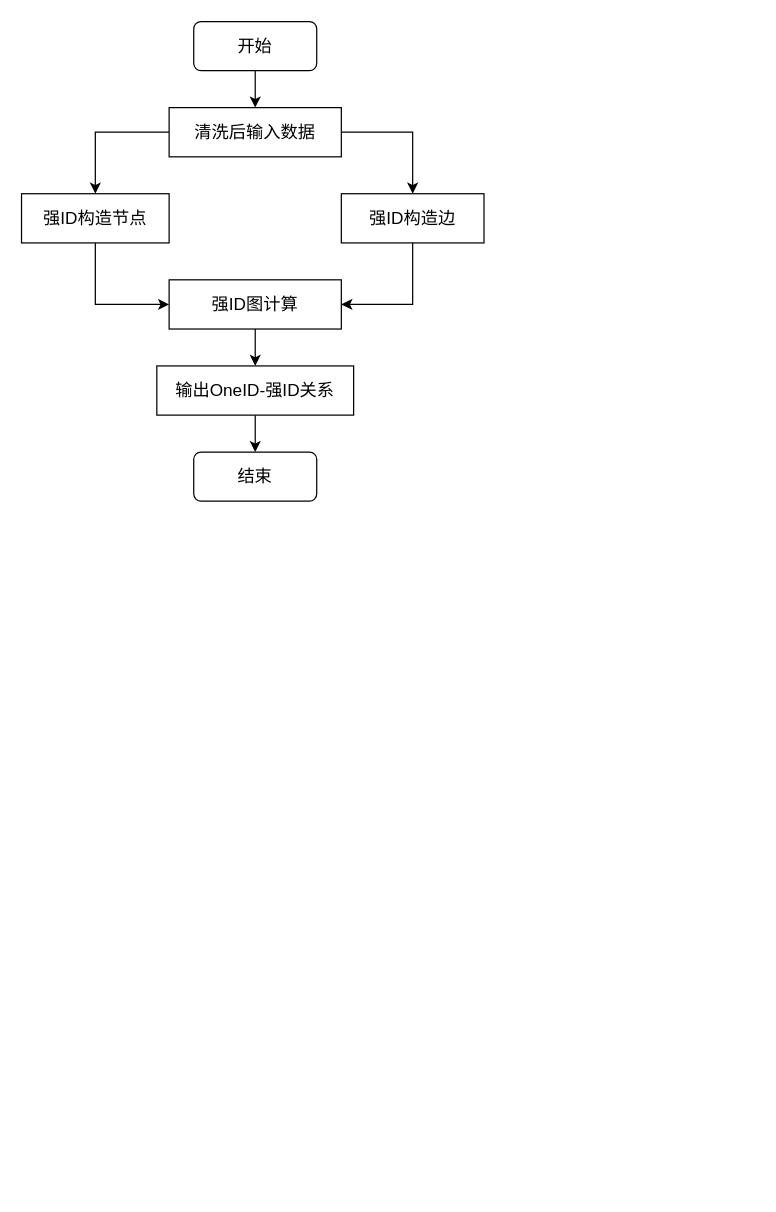
Before: 强ID.drawio in pjy12345611/-1, a draw.io diagram. Source tidied: cells renumbered, new cells numbered last; positions are measured from the earlier drawing's top-left corner, leaving out a move shared by most shapes. Both pictures are drawn from the tidied source at 123%, with x=0, y=0 at pixel (21, 21).
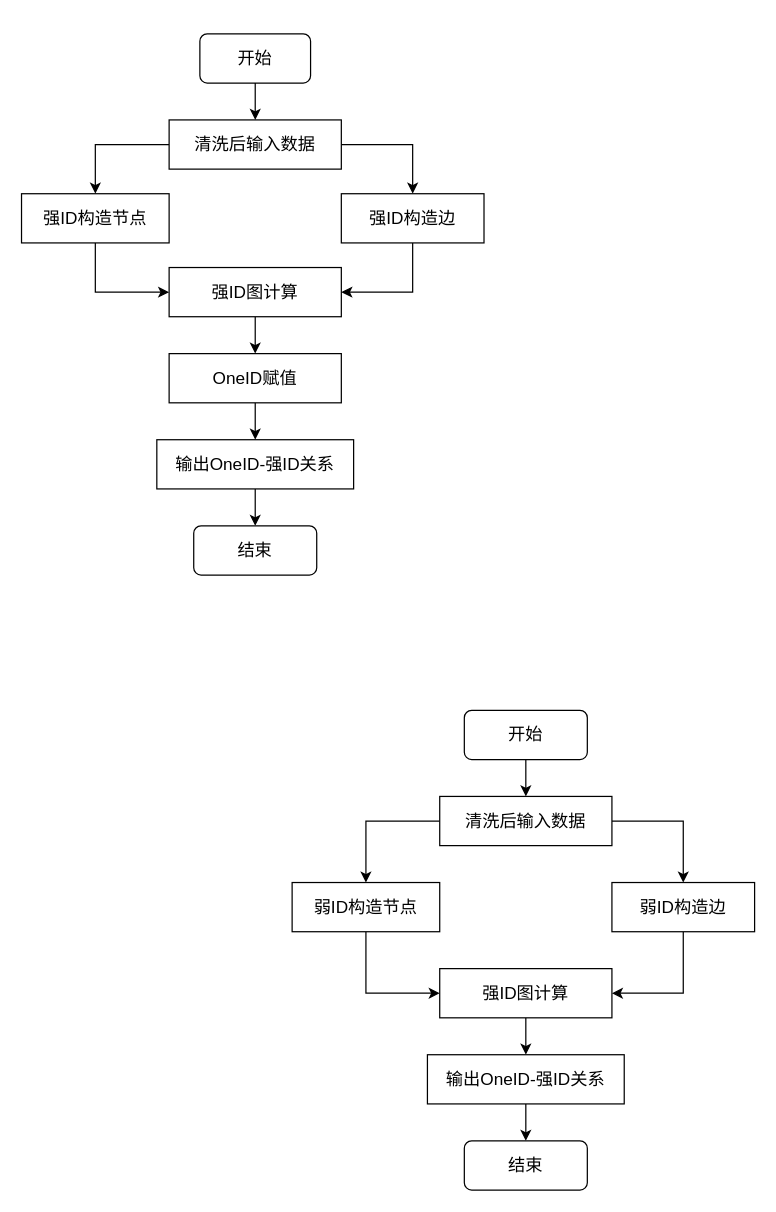
Above is the later version.

What changed in the source:
```diff
@@
     <mxCell id="4" value="&lt;font style=&quot;font-size: 14px;&quot;&gt;清洗后输入数据&lt;/font&gt;" style="rounded=0;whiteSpace=wrap;html=1;" parent="1" vertex="1">
-      <mxGeometry x="120" y="70" width="140" height="40" as="geometry" />
+      <mxGeometry x="120" y="80" width="140" height="40" as="geometry" />
     </mxCell>
@@
     <mxCell id="6" value="&lt;font style=&quot;font-size: 14px;&quot;&gt;开始&lt;/font&gt;" style="rounded=1;whiteSpace=wrap;html=1;" parent="1" vertex="1">
-      <mxGeometry x="140" width="100" height="40" as="geometry" />
+      <mxGeometry x="145" y="10" width="90" height="40" as="geometry" />
     </mxCell>
@@
-    <mxCell id="11" style="edgeStyle=orthogonalEdgeStyle;rounded=0;jettySize=auto;html=1;exitX=0.5;exitY=1;exitDx=0;exitDy=0;entryX=0.5;entryY=0;entryDx=0;entryDy=0;fontSize=14;" parent="1" edge="1" source="12" target="14">
-      <mxGeometry relative="1" as="geometry" />
-    </mxCell>
+    <mxCell id="16" style="edgeStyle=orthogonalEdgeStyle;rounded=0;jettySize=auto;html=1;exitX=0.5;exitY=1;exitDx=0;exitDy=0;entryX=0.5;entryY=0;entryDx=0;entryDy=0;fontSize=14;" parent="1" edge="1" source="12" target="32">
+      <mxGeometry relative="1" as="geometry" />
+    </mxCell>
     <mxCell id="12" value="&lt;font style=&quot;font-size: 14px;&quot;&gt;强ID图计算&lt;/font&gt;" style="rounded=0;whiteSpace=wrap;html=1;" parent="1" vertex="1">
-      <mxGeometry x="120" y="210" width="140" height="40" as="geometry" />
+      <mxGeometry x="120" y="200" width="140" height="40" as="geometry" />
     </mxCell>
@@
     <mxCell id="14" value="&lt;font style=&quot;font-size: 14px;&quot;&gt;输出OneID-强ID关系&lt;/font&gt;" style="rounded=0;whiteSpace=wrap;html=1;" parent="1" vertex="1">
-      <mxGeometry x="110" y="280" width="160" height="40" as="geometry" />
+      <mxGeometry x="110" y="340" width="160" height="40" as="geometry" />
     </mxCell>
     <mxCell id="15" value="&lt;font style=&quot;font-size: 14px;&quot;&gt;结束&lt;/font&gt;" style="rounded=1;whiteSpace=wrap;html=1;" parent="1" vertex="1">
-      <mxGeometry x="140" y="350" width="100" height="40" as="geometry" />
+      <mxGeometry x="140" y="410" width="100" height="40" as="geometry" />
     </mxCell>
+    <mxCell id="17" style="edgeStyle=orthogonalEdgeStyle;rounded=0;jettySize=auto;html=1;fontSize=14;exitX=0;exitY=0.5;exitDx=0;exitDy=0;" parent="1" edge="1" source="19" target="23">
+      <mxGeometry relative="1" as="geometry" />
+    </mxCell>
+    <mxCell id="18" style="edgeStyle=orthogonalEdgeStyle;rounded=0;jettySize=auto;html=1;exitX=1;exitY=0.5;exitDx=0;exitDy=0;fontSize=14;" parent="1" edge="1" source="19" target="25">
+      <mxGeometry relative="1" as="geometry" />
+    </mxCell>
+    <mxCell id="19" value="&lt;font style=&quot;font-size: 14px;&quot;&gt;清洗后输入数据&lt;/font&gt;" style="rounded=0;whiteSpace=wrap;html=1;" parent="1" vertex="1">
+      <mxGeometry x="340" y="630" width="140" height="40" as="geometry" />
+    </mxCell>
+    <mxCell id="20" style="edgeStyle=orthogonalEdgeStyle;rounded=0;jettySize=auto;html=1;exitX=0.5;exitY=1;exitDx=0;exitDy=0;entryX=0.5;entryY=0;entryDx=0;entryDy=0;fontSize=14;" parent="1" edge="1" source="21" target="19">
+      <mxGeometry relative="1" as="geometry" />
+    </mxCell>
+    <mxCell id="21" value="&lt;font style=&quot;font-size: 14px;&quot;&gt;开始&lt;/font&gt;" style="rounded=1;whiteSpace=wrap;html=1;" parent="1" vertex="1">
+      <mxGeometry x="360" y="560" width="100" height="40" as="geometry" />
+    </mxCell>
+    <mxCell id="22" style="edgeStyle=orthogonalEdgeStyle;rounded=0;jettySize=auto;html=1;exitX=0.5;exitY=1;exitDx=0;exitDy=0;entryX=0;entryY=0.5;entryDx=0;entryDy=0;fontSize=14;" parent="1" edge="1" source="23" target="27">
+      <mxGeometry relative="1" as="geometry" />
+    </mxCell>
+    <mxCell id="23" value="&lt;font style=&quot;font-size: 14px;&quot;&gt;弱ID构造节点&lt;/font&gt;" style="whiteSpace=wrap;html=1;rounded=0;" parent="1" vertex="1">
+      <mxGeometry x="220" y="700" width="120" height="40" as="geometry" />
+    </mxCell>
+    <mxCell id="24" style="edgeStyle=orthogonalEdgeStyle;rounded=0;jettySize=auto;html=1;exitX=0.5;exitY=1;exitDx=0;exitDy=0;entryX=1;entryY=0.5;entryDx=0;entryDy=0;fontSize=14;" parent="1" edge="1" source="25" target="27">
+      <mxGeometry relative="1" as="geometry" />
+    </mxCell>
+    <mxCell id="25" value="&lt;font style=&quot;font-size: 14px;&quot;&gt;弱ID构造边&lt;/font&gt;" style="rounded=0;whiteSpace=wrap;html=1;" parent="1" vertex="1">
+      <mxGeometry x="480" y="700" width="116" height="40" as="geometry" />
+    </mxCell>
+    <mxCell id="26" style="edgeStyle=orthogonalEdgeStyle;rounded=0;jettySize=auto;html=1;exitX=0.5;exitY=1;exitDx=0;exitDy=0;entryX=0.5;entryY=0;entryDx=0;entryDy=0;fontSize=14;" parent="1" edge="1" source="27" target="29">
+      <mxGeometry relative="1" as="geometry" />
+    </mxCell>
+    <mxCell id="27" value="&lt;font style=&quot;font-size: 14px;&quot;&gt;强ID图计算&lt;/font&gt;" style="rounded=0;whiteSpace=wrap;html=1;" parent="1" vertex="1">
+      <mxGeometry x="340" y="770" width="140" height="40" as="geometry" />
+    </mxCell>
+    <mxCell id="28" style="edgeStyle=orthogonalEdgeStyle;rounded=0;jettySize=auto;html=1;exitX=0.5;exitY=1;exitDx=0;exitDy=0;entryX=0.5;entryY=0;entryDx=0;entryDy=0;fontSize=14;" parent="1" edge="1" source="29" target="30">
+      <mxGeometry relative="1" as="geometry" />
+    </mxCell>
+    <mxCell id="29" value="&lt;font style=&quot;font-size: 14px;&quot;&gt;输出OneID-强ID关系&lt;/font&gt;" style="rounded=0;whiteSpace=wrap;html=1;" parent="1" vertex="1">
+      <mxGeometry x="330" y="840" width="160" height="40" as="geometry" />
+    </mxCell>
+    <mxCell id="30" value="&lt;font style=&quot;font-size: 14px;&quot;&gt;结束&lt;/font&gt;" style="rounded=1;whiteSpace=wrap;html=1;" parent="1" vertex="1">
+      <mxGeometry x="360" y="910" width="100" height="40" as="geometry" />
+    </mxCell>
+    <mxCell id="31" style="edgeStyle=orthogonalEdgeStyle;rounded=0;jettySize=auto;html=1;exitX=0.5;exitY=1;exitDx=0;exitDy=0;entryX=0.5;entryY=0;entryDx=0;entryDy=0;fontSize=14;" parent="1" edge="1" source="32" target="14">
+      <mxGeometry relative="1" as="geometry" />
+    </mxCell>
+    <mxCell id="32" value="&lt;font style=&quot;font-size: 14px;&quot;&gt;OneID赋值&lt;/font&gt;" style="rounded=0;whiteSpace=wrap;html=1;" parent="1" vertex="1">
+      <mxGeometry x="120" y="270" width="140" height="40" as="geometry" />
+    </mxCell>
```
